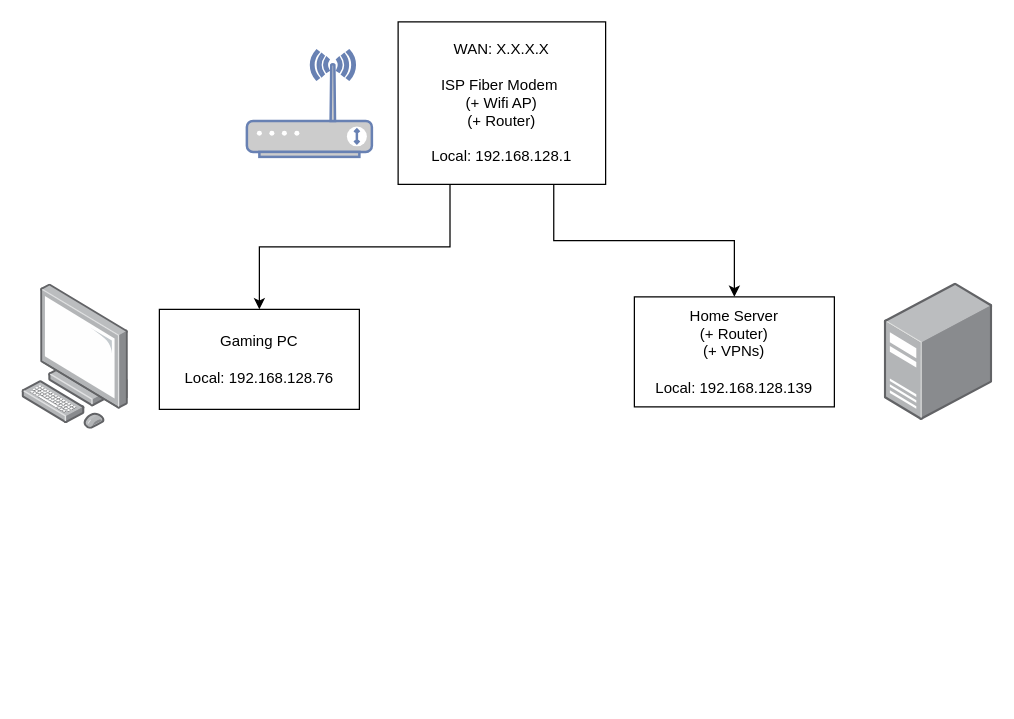
Above: assets/home_network.drawio in ckcr4lyf/home-network (draw.io), before the change. Source tidied: cells renumbered, new cells numbered last; positions are measured from the earlier drawing's top-left corner, leaving out a move shared by most shapes. Both pictures are drawn from the tidied source at 125%, with x=0, y=0 at pixel (21, 21).
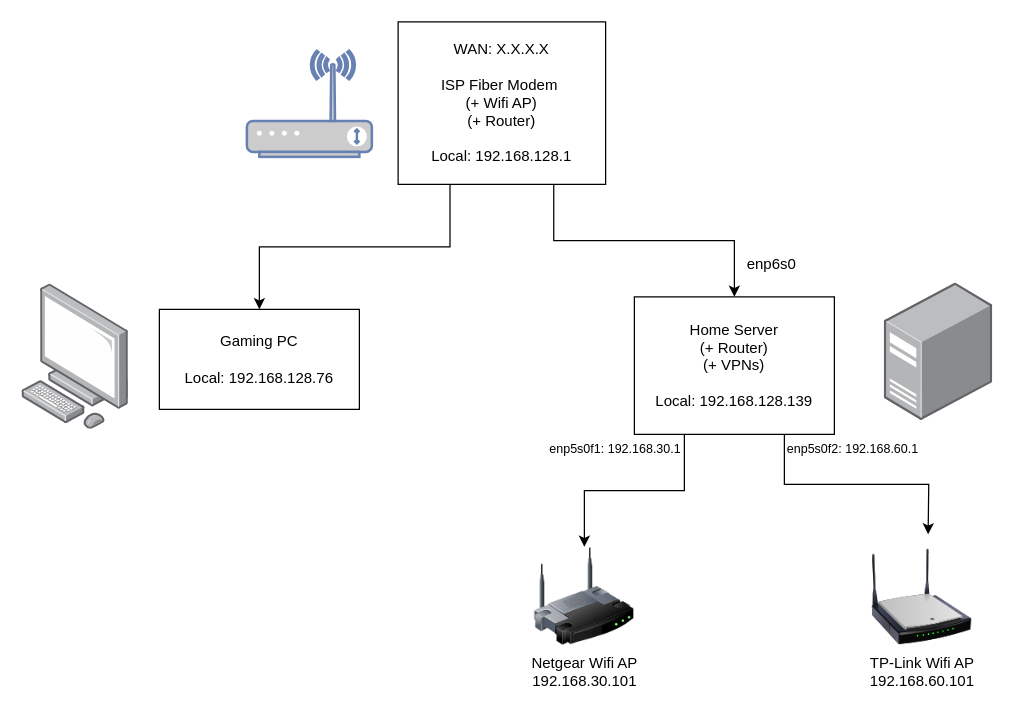
After the change.

Commit message (it also covers changes not shown here):
Update diagram a bit

The edit, as a diff of the source:
```diff
@@
 <mxGraphModel>
   <root>
     <mxCell id="0" />
     <mxCell id="1" parent="0" />
     <mxCell id="2" style="edgeStyle=orthogonalEdgeStyle;rounded=0;jettySize=auto;html=1;exitX=0.25;exitY=1;exitDx=0;exitDy=0;" parent="1" edge="1" source="4" target="6">
       <mxGeometry relative="1" as="geometry" />
     </mxCell>
     <mxCell id="3" style="edgeStyle=orthogonalEdgeStyle;rounded=0;jettySize=auto;html=1;exitX=0.75;exitY=1;exitDx=0;exitDy=0;entryX=0.5;entryY=0;entryDx=0;entryDy=0;" parent="1" edge="1" source="4" target="8">
       <mxGeometry relative="1" as="geometry" />
     </mxCell>
     <mxCell id="4" value="WAN: X.X.X.X&lt;br&gt;&lt;br&gt;ISP Fiber Modem&amp;nbsp;&lt;br&gt;(+ Wifi AP)&lt;br&gt;(+ Router)&lt;br&gt;&lt;br&gt;Local: 192.168.128.1" style="rounded=0;whiteSpace=wrap;html=1;" parent="1" vertex="1">
       <mxGeometry x="301" width="166" height="130" as="geometry" />
     </mxCell>
     <mxCell id="5" style="fontColor=#0066CC;verticalAlign=top;verticalLabelPosition=bottom;labelPosition=center;align=center;html=1;fillColor=#CCCCCC;strokeColor=#6881B3;gradientColor=none;gradientDirection=north;strokeWidth=2;shape=mxgraph.networks.wireless_modem;" parent="1" vertex="1">
       <mxGeometry x="180" y="23" width="100" height="85" as="geometry" />
     </mxCell>
     <mxCell id="6" value="Gaming PC&lt;br style=&quot;border-color: var(--border-color);&quot;&gt;&lt;br style=&quot;border-color: var(--border-color);&quot;&gt;Local: 192.168.128.76" style="rounded=0;whiteSpace=wrap;html=1;" parent="1" vertex="1">
       <mxGeometry x="110" y="230" width="160" height="80" as="geometry" />
     </mxCell>
     <mxCell id="7" style="html=1;align=center;shadow=0;dashed=0;image;image=img/lib/allied_telesis/computer_and_terminals/Personal_Computer.svg;" parent="1" vertex="1">
       <mxGeometry y="210" width="85.6" height="116" as="geometry" />
     </mxCell>
+    <mxCell id="10" style="edgeStyle=orthogonalEdgeStyle;rounded=0;jettySize=auto;html=1;exitX=0.25;exitY=1;exitDx=0;exitDy=0;" parent="1" edge="1" source="8" target="12">
+      <mxGeometry relative="1" as="geometry" />
+    </mxCell>
     <mxCell id="8" value="Home Server&lt;br&gt;(+ Router)&lt;br&gt;(+ VPNs)&lt;br&gt;&lt;br style=&quot;border-color: var(--border-color);&quot;&gt;Local: 192.168.128.139" style="rounded=0;whiteSpace=wrap;html=1;" parent="1" vertex="1">
-      <mxGeometry x="490" y="220" width="160" height="88" as="geometry" />
+      <mxGeometry x="490" y="220" width="160" height="110" as="geometry" />
     </mxCell>
     <mxCell id="9" style="html=1;align=center;shadow=0;dashed=0;image;image=img/lib/allied_telesis/computer_and_terminals/Server_Desktop.svg;" parent="1" vertex="1">
       <mxGeometry x="690" y="209" width="86.8" height="110" as="geometry" />
     </mxCell>
+    <mxCell id="11" value="enp6s0" style="text;html=1;align=center;verticalAlign=middle;whiteSpace=wrap;rounded=0;" parent="1" vertex="1">
+      <mxGeometry x="570" y="179" width="60" height="30" as="geometry" />
+    </mxCell>
+    <mxCell id="12" style="image;html=1;image=img/lib/clip_art/networking/Wireless_Router_128x128.png;" parent="1" vertex="1">
+      <mxGeometry x="410" y="420" width="80" height="80" as="geometry" />
+    </mxCell>
+    <mxCell id="13" style="image;html=1;image=img/lib/clip_art/networking/Wireless_Router_N_128x128.png;" parent="1" vertex="1">
+      <mxGeometry x="680" y="420" width="80" height="80" as="geometry" />
+    </mxCell>
+    <mxCell id="14" value="Netgear Wifi AP&lt;br&gt;192.168.30.101" style="text;html=1;align=center;verticalAlign=middle;strokeColor=none;fillColor=none;" parent="1" vertex="1">
+      <mxGeometry x="395" y="500" width="110" height="40" as="geometry" />
+    </mxCell>
+    <mxCell id="15" style="edgeStyle=orthogonalEdgeStyle;rounded=0;jettySize=auto;html=1;exitX=0.75;exitY=1;exitDx=0;exitDy=0;" parent="1" edge="1" source="8">
+      <mxGeometry relative="1" as="geometry">
+        <mxPoint x="725" y="410" as="targetPoint" />
+      </mxGeometry>
+    </mxCell>
+    <mxCell id="16" value="TP-Link Wifi AP&lt;br&gt;192.168.60.101" style="text;html=1;align=center;verticalAlign=middle;strokeColor=none;fillColor=none;" parent="1" vertex="1">
+      <mxGeometry x="665" y="500" width="110" height="40" as="geometry" />
+    </mxCell>
+    <mxCell id="17" value="enp5s0f1: 192.168.30.1" style="text;html=1;align=center;verticalAlign=middle;whiteSpace=wrap;rounded=0;fontSize=10;" parent="1" vertex="1">
+      <mxGeometry x="410" y="326" width="130" height="30" as="geometry" />
+    </mxCell>
+    <mxCell id="18" value="&lt;font style=&quot;font-size: 10px;&quot;&gt;enp5s0f2: 192.168.60.1&lt;/font&gt;" style="text;html=1;align=center;verticalAlign=middle;whiteSpace=wrap;rounded=0;fontSize=8;" parent="1" vertex="1">
+      <mxGeometry x="600" y="326" width="130" height="30" as="geometry" />
+    </mxCell>
   </root>
 </mxGraphModel>
```
